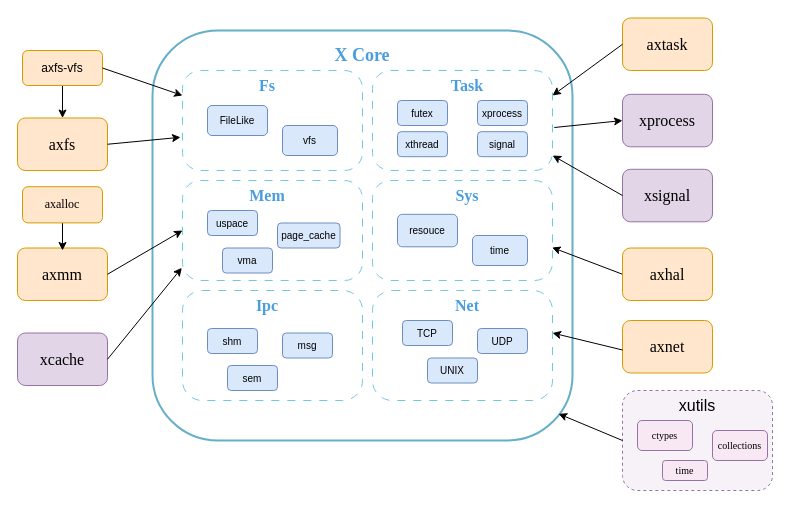
The draw.io diagram docs/StarryX/draw/xcore.drawio in Anekoique/StarryX, before the edit. Source tidied: cells renumbered, new cells numbered last; positions are measured from the earlier drawing's top-left corner, leaving out a move shared by most shapes. Both pictures are drawn from the tidied source at 100%, with x=0, y=0 at pixel (17, 18).
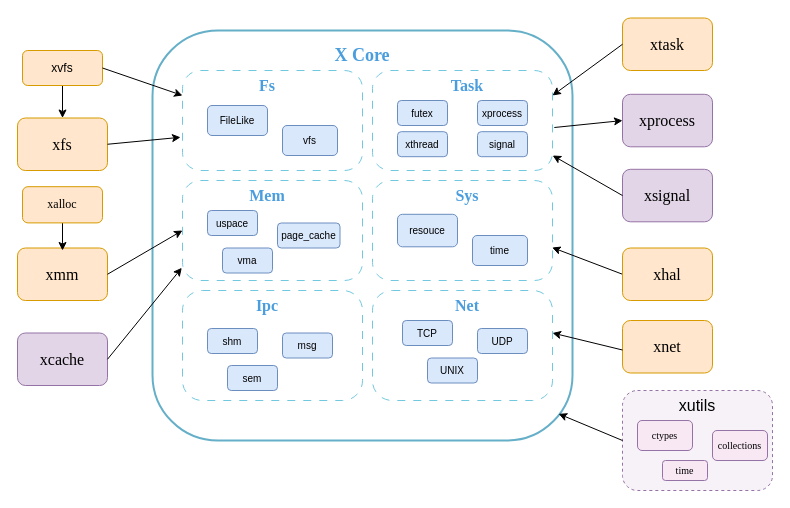
The same page after the edit.

Diff of the diagram source:
```diff
@@
-    <mxCell id="32" value="&lt;font style=&quot;font-size: 16px;&quot; face=&quot;Times New Roman&quot;&gt;axfs&lt;/font&gt;" style="rounded=1;whiteSpace=wrap;html=1;fillColor=#ffe6cc;strokeColor=#d79b00;" parent="1" vertex="1">
+    <mxCell id="32" value="&lt;font style=&quot;font-size: 16px;&quot; face=&quot;Times New Roman&quot;&gt;xfs&lt;/font&gt;" style="rounded=1;whiteSpace=wrap;html=1;fillColor=#ffe6cc;strokeColor=#d79b00;" parent="1" vertex="1">
       <mxGeometry y="99.5" width="90" height="52.5" as="geometry" />
     </mxCell>
@@
-    <mxCell id="34" value="axfs-vfs" style="rounded=1;whiteSpace=wrap;html=1;fillColor=#ffe6cc;strokeColor=#d79b00;" parent="1" vertex="1">
+    <mxCell id="34" value="xvfs" style="rounded=1;whiteSpace=wrap;html=1;fillColor=#ffe6cc;strokeColor=#d79b00;" parent="1" vertex="1">
       <mxGeometry x="5" y="32" width="80" height="35" as="geometry" />
     </mxCell>
@@
-    <mxCell id="37" value="&lt;font style=&quot;font-size: 16px;&quot; face=&quot;Times New Roman&quot;&gt;axmm&lt;/font&gt;" style="rounded=1;whiteSpace=wrap;html=1;fillColor=#ffe6cc;strokeColor=#d79b00;" parent="1" vertex="1">
+    <mxCell id="37" value="&lt;font style=&quot;font-size: 16px;&quot; face=&quot;Times New Roman&quot;&gt;xmm&lt;/font&gt;" style="rounded=1;whiteSpace=wrap;html=1;fillColor=#ffe6cc;strokeColor=#d79b00;" parent="1" vertex="1">
       <mxGeometry y="229.5" width="90" height="52.5" as="geometry" />
     </mxCell>
@@
-    <mxCell id="39" value="&lt;font face=&quot;Times New Roman&quot;&gt;axalloc&lt;/font&gt;" style="rounded=1;whiteSpace=wrap;html=1;fillColor=#ffe6cc;strokeColor=#d79b00;" parent="1" vertex="1">
+    <mxCell id="39" value="&lt;font face=&quot;Times New Roman&quot;&gt;xalloc&lt;/font&gt;" style="rounded=1;whiteSpace=wrap;html=1;fillColor=#ffe6cc;strokeColor=#d79b00;" parent="1" vertex="1">
       <mxGeometry x="5" y="168.2" width="80" height="36.2" as="geometry" />
     </mxCell>
@@
-    <mxCell id="43" value="&lt;font style=&quot;font-size: 16px;&quot; face=&quot;Times New Roman&quot;&gt;axtask&lt;/font&gt;" style="rounded=1;whiteSpace=wrap;html=1;fillColor=#ffe6cc;strokeColor=#d79b00;" parent="1" vertex="1">
+    <mxCell id="43" value="&lt;font style=&quot;font-size: 16px;&quot; face=&quot;Times New Roman&quot;&gt;xtask&lt;/font&gt;" style="rounded=1;whiteSpace=wrap;html=1;fillColor=#ffe6cc;strokeColor=#d79b00;" parent="1" vertex="1">
       <mxGeometry x="605" y="-0.5" width="90" height="52.5" as="geometry" />
     </mxCell>
@@
-    <mxCell id="48" value="&lt;font style=&quot;font-size: 16px;&quot; face=&quot;Times New Roman&quot;&gt;axhal&lt;/font&gt;" style="rounded=1;whiteSpace=wrap;html=1;fillColor=#ffe6cc;strokeColor=#d79b00;" parent="1" vertex="1">
+    <mxCell id="48" value="&lt;font style=&quot;font-size: 16px;&quot; face=&quot;Times New Roman&quot;&gt;xhal&lt;/font&gt;" style="rounded=1;whiteSpace=wrap;html=1;fillColor=#ffe6cc;strokeColor=#d79b00;" parent="1" vertex="1">
       <mxGeometry x="605" y="229.5" width="90" height="52.5" as="geometry" />
     </mxCell>
-    <mxCell id="49" value="&lt;font style=&quot;font-size: 16px;&quot; face=&quot;Times New Roman&quot;&gt;axnet&lt;/font&gt;" style="rounded=1;whiteSpace=wrap;html=1;fillColor=#ffe6cc;strokeColor=#d79b00;" parent="1" vertex="1">
+    <mxCell id="49" value="&lt;font style=&quot;font-size: 16px;&quot; face=&quot;Times New Roman&quot;&gt;xnet&lt;/font&gt;" style="rounded=1;whiteSpace=wrap;html=1;fillColor=#ffe6cc;strokeColor=#d79b00;" parent="1" vertex="1">
       <mxGeometry x="605" y="302" width="90" height="52.5" as="geometry" />
     </mxCell>
```
